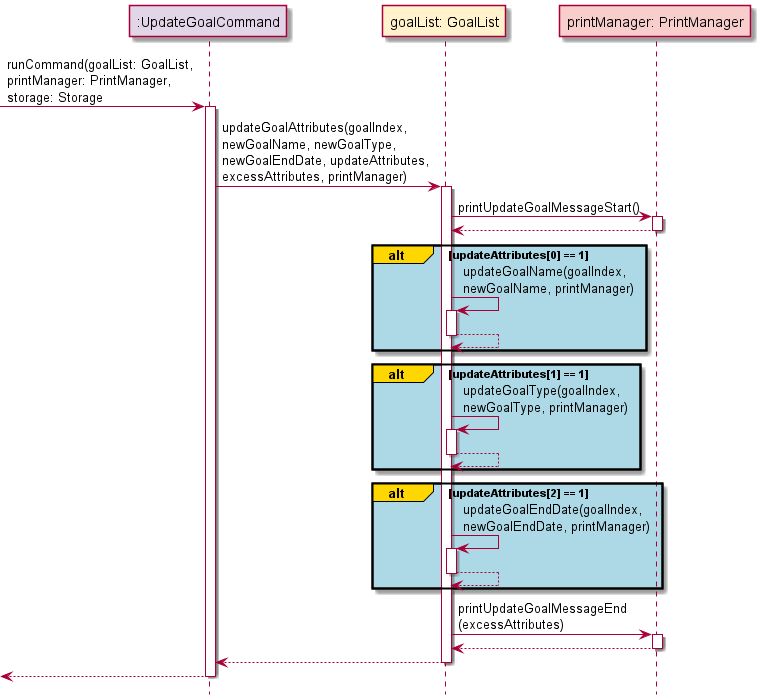
Earlier version of the PlantUML export docs/Diagram_Images/Implementation_Diagram_Images/UpdateGoalCommandSequenceDiagram.png (nus-cs2113-AY2122S1/tp).
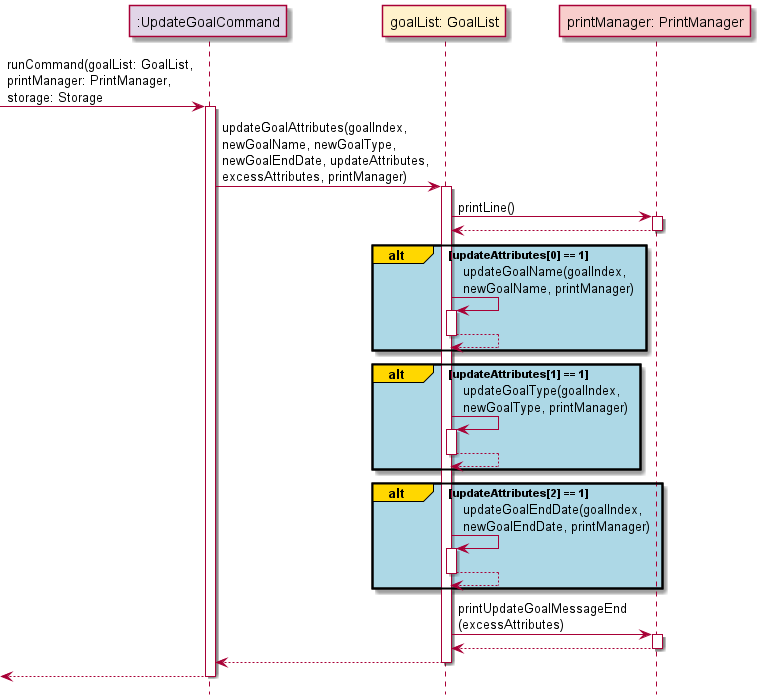
Later version of the same file.

The edit, as a diff of the source:
```diff
@@ -11,7 +11,7 @@
 UpdateGoalCommand -> goalList: updateGoalAttributes(goalIndex,\nnewGoalName, newGoalType,\nnewGoalEndDate, updateAttributes,\nexcessAttributes, printManager)
 activate goalList
 
-goalList -> printManager: printUpdateGoalMessageStart()
+goalList -> printManager: printLine()
 activate printManager
 printManager --> goalList
 deactivate printManager
```
